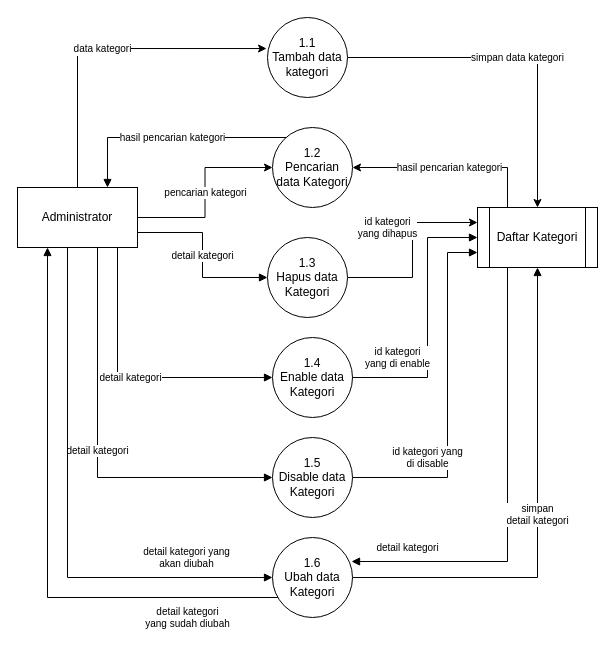
The draw.io diagram page "DFD lv.2 2.0" (7 of 16) of Kerjaan 2022/ERD.drawio in Mithaau/Kerjaan-2022, before the edit. Source tidied: cells renumbered, new cells numbered last; positions are measured from the earlier drawing's top-left corner, leaving out a move shared by most shapes. Both pictures are drawn from the tidied source at 100%, with x=0, y=0 at pixel (17, 17).
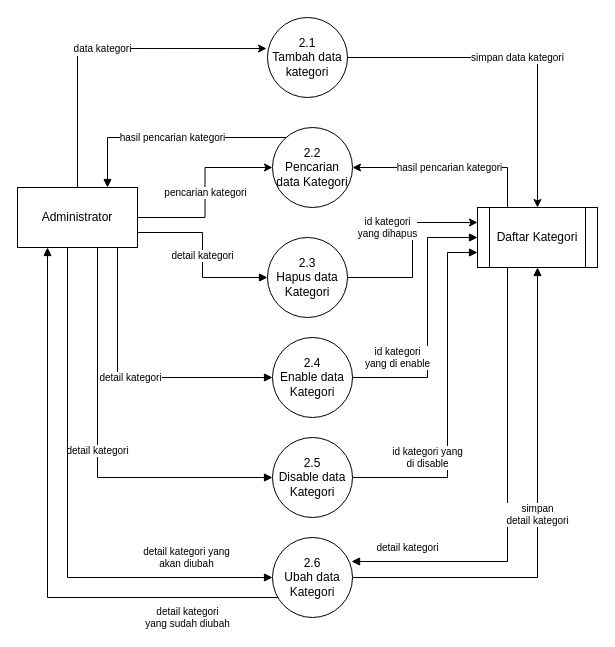
After the change.

Diff of the diagram source:
```diff
@@
-    <mxCell id="10" value="1.1 &lt;br&gt;Tambah data kategori" style="ellipse;whiteSpace=wrap;html=1;fontSize=12;" parent="1" vertex="1">
+    <mxCell id="10" value="2.1 &lt;br&gt;Tambah data kategori" style="ellipse;whiteSpace=wrap;html=1;fontSize=12;" parent="1" vertex="1">
       <mxGeometry x="250" width="80" height="80" as="geometry" />
     </mxCell>
@@
-    <mxCell id="12" value="1.2 &lt;br&gt;Pencarian data Kategori" style="ellipse;whiteSpace=wrap;html=1;fontSize=12;" parent="1" vertex="1">
+    <mxCell id="12" value="2.2 &lt;br&gt;Pencarian data Kategori" style="ellipse;whiteSpace=wrap;html=1;fontSize=12;" parent="1" vertex="1">
       <mxGeometry x="255" y="110" width="80" height="80" as="geometry" />
     </mxCell>
@@
-    <mxCell id="14" value="1.3 &lt;br&gt;Hapus data Kategori" style="ellipse;whiteSpace=wrap;html=1;fontSize=12;" parent="1" vertex="1">
+    <mxCell id="14" value="2.3 &lt;br&gt;Hapus data Kategori" style="ellipse;whiteSpace=wrap;html=1;fontSize=12;" parent="1" vertex="1">
       <mxGeometry x="250" y="220" width="80" height="80" as="geometry" />
     </mxCell>
-    <mxCell id="15" value="1.4 &lt;br&gt;Enable data Kategori" style="ellipse;whiteSpace=wrap;html=1;fontSize=12;" parent="1" vertex="1">
+    <mxCell id="15" value="2.4 &lt;br&gt;Enable data Kategori" style="ellipse;whiteSpace=wrap;html=1;fontSize=12;" parent="1" vertex="1">
       <mxGeometry x="255" y="320" width="80" height="80" as="geometry" />
     </mxCell>
@@
-    <mxCell id="17" value="1.5&lt;br&gt;Disable data Kategori" style="ellipse;whiteSpace=wrap;html=1;fontSize=12;" parent="1" vertex="1">
+    <mxCell id="17" value="2.5&lt;br&gt;Disable data Kategori" style="ellipse;whiteSpace=wrap;html=1;fontSize=12;" parent="1" vertex="1">
       <mxGeometry x="255" y="420" width="80" height="80" as="geometry" />
     </mxCell>
@@
-    <mxCell id="24" value="1.6&lt;br&gt;Ubah data Kategori" style="ellipse;whiteSpace=wrap;html=1;fontSize=12;" parent="1" vertex="1">
+    <mxCell id="24" value="2.6&lt;br&gt;Ubah data Kategori" style="ellipse;whiteSpace=wrap;html=1;fontSize=12;" parent="1" vertex="1">
       <mxGeometry x="255" y="520" width="80" height="80" as="geometry" />
     </mxCell>
```
